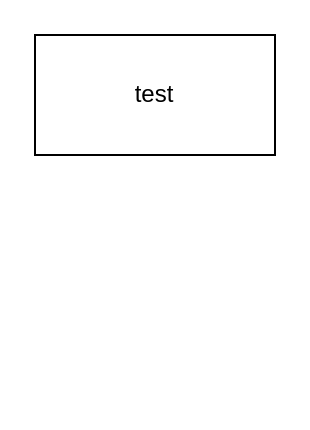
Above: Untitled Diagram.drawio in imyuchao/test (draw.io), before the change. Source tidied: cells renumbered, new cells numbered last; positions are measured from the earlier drawing's top-left corner, leaving out a move shared by most shapes. Both pictures are drawn from the tidied source at 200%, with x=0, y=0 at pixel (34, 34).
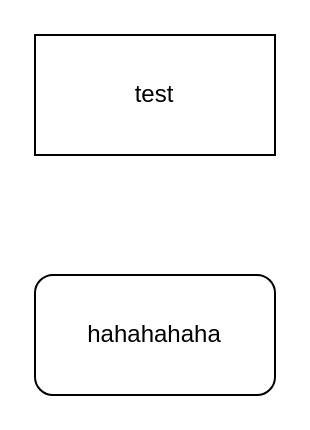
Above is the later version.

Diff of the diagram source:
```diff
@@
 <mxGraphModel>
   <root>
     <mxCell id="0" />
     <mxCell id="1" parent="0" />
     <mxCell id="2" value="test" style="rounded=0;whiteSpace=wrap;html=1;" parent="1" vertex="1">
       <mxGeometry width="120" height="60" as="geometry" />
     </mxCell>
+    <mxCell id="3" value="hahahahaha" style="rounded=1;whiteSpace=wrap;html=1;" parent="1" vertex="1">
+      <mxGeometry y="120" width="120" height="60" as="geometry" />
+    </mxCell>
   </root>
 </mxGraphModel>
```
